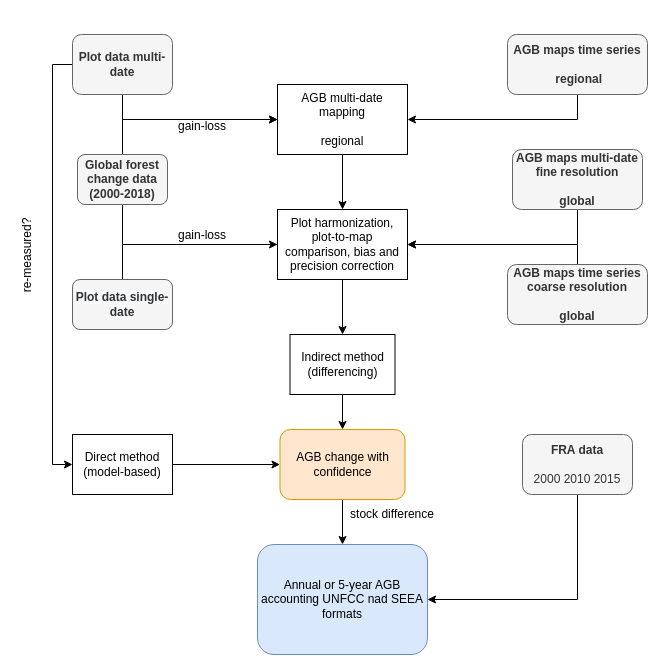
Before: AGBC_simple.drawio in arnanaraza/diagrams, a draw.io diagram. Source tidied: cells renumbered, new cells numbered last; positions are measured from the earlier drawing's top-left corner, leaving out a move shared by most shapes. Both pictures are drawn from the tidied source at 100%, with x=0, y=0 at pixel (-18, 34).
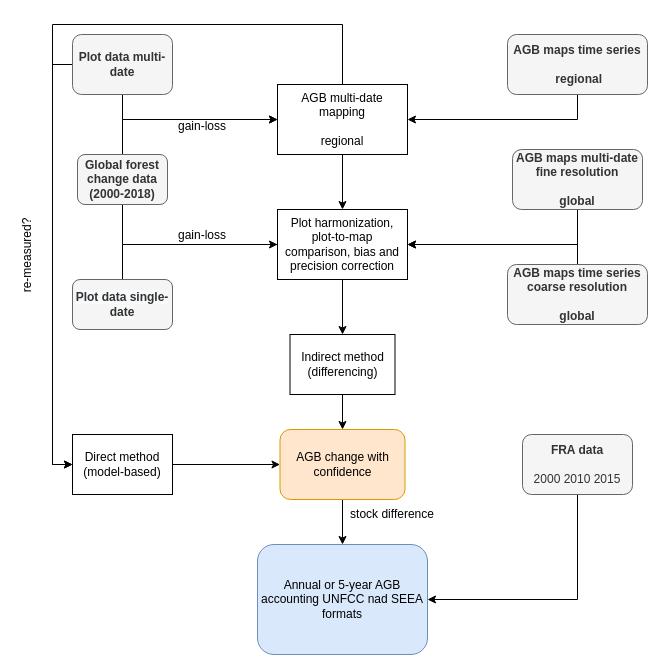
The same page after the edit.

The change refers to these unchanged cells:
```xml
<mxCell id="3" value="Direct method (model-based)" style="rounded=0;whiteSpace=wrap;html=1;" parent="1" vertex="1">
  <mxGeometry x="90" y="400" width="100" height="60" as="geometry" />
</mxCell>
<mxCell id="26" value="AGB multi-date mapping&lt;br&gt;&lt;br&gt;regional" style="rounded=0;whiteSpace=wrap;html=1;" parent="1" vertex="1">
  <mxGeometry x="295" y="50" width="130" height="70" as="geometry" />
</mxCell>
```

Change to the diagram source:
```diff
@@
+    <mxCell id="33" style="edgeStyle=orthogonalEdgeStyle;rounded=0;jettySize=auto;html=1;exitX=0.5;exitY=0;exitDx=0;exitDy=0;entryX=0;entryY=0.5;entryDx=0;entryDy=0;" parent="1" edge="1" source="26" target="3">
+      <mxGeometry relative="1" as="geometry">
+        <Array as="points">
+          <mxPoint x="360" y="-10" />
+          <mxPoint x="70" y="-10" />
+          <mxPoint x="70" y="430" />
+        </Array>
+      </mxGeometry>
+    </mxCell>
```
